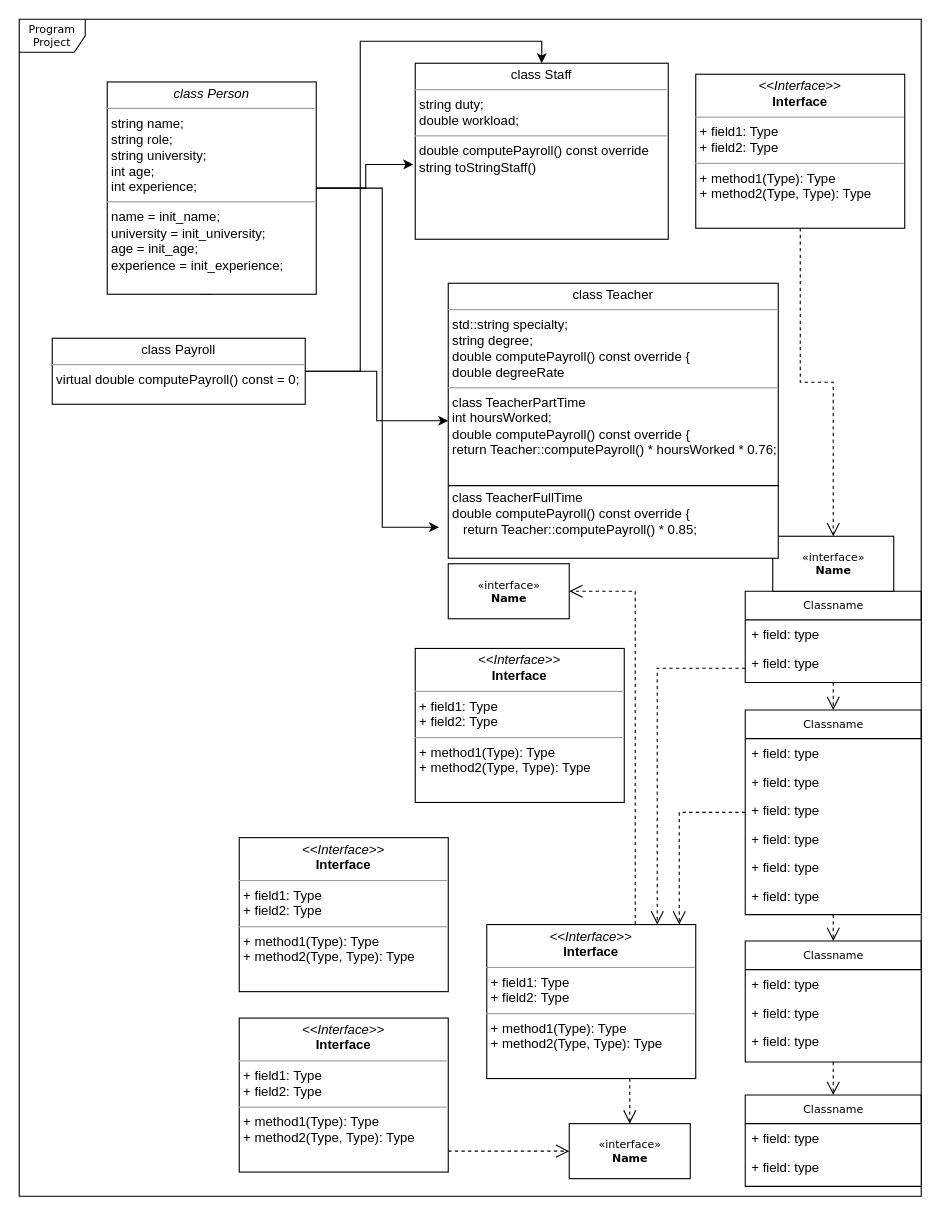
Above: Untitled Diagram.drawio in MonishKD/ProgramProject (draw.io), before the change. Source tidied: cells renumbered, new cells numbered last; positions are measured from the earlier drawing's top-left corner, leaving out a move shared by most shapes. Both pictures are drawn from the tidied source at 110%, with x=0, y=0 at pixel (19, 19).
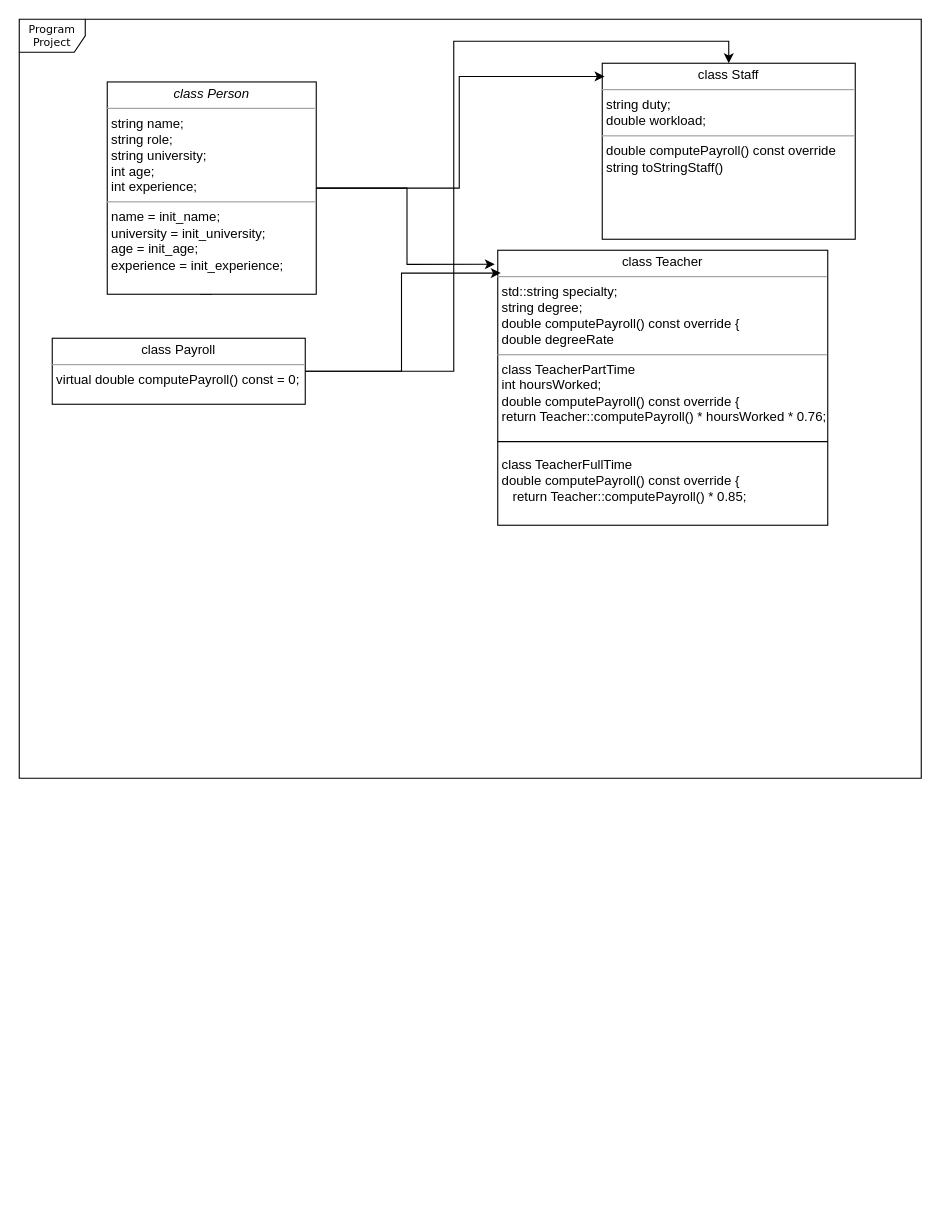
Above is the later version.

The change refers to these unchanged cells:
```xml
<mxCell id="38" value="&lt;p style=&quot;margin:0px;margin-top:4px;text-align:center;&quot;&gt;&lt;i&gt;class Person&lt;/i&gt;&lt;/p&gt;&lt;hr size=&quot;1&quot;&gt;&lt;p style=&quot;margin:0px;margin-left:4px;&quot;&gt;string name;&amp;nbsp;&lt;/p&gt;&lt;p style=&quot;margin:0px;margin-left:4px;&quot;&gt;string role;&amp;nbsp;&lt;/p&gt;&lt;p style=&quot;margin:0px;margin-left:4px;&quot;&gt;string university;&amp;nbsp;&lt;/p&gt;&lt;p style=&quot;margin:0px;margin-left:4px;&quot;&gt;int age;&amp;nbsp;&lt;/p&gt;&lt;p style=&quot;margin:0px;margin-left:4px;&quot;&gt;int experience;&amp;nbsp;&lt;/p&gt;&lt;hr size=&quot;1&quot;&gt;&lt;p style=&quot;margin:0px;margin-left:4px;&quot;&gt;name = init_name;&amp;nbsp;&lt;/p&gt;&lt;p style=&quot;margin:0px;margin-left:4px;&quot;&gt;university = init_university;&amp;nbsp;&lt;/p&gt;&lt;p style=&quot;margin:0px;margin-left:4px;&quot;&gt;age = init_age;&amp;nbsp;&lt;/p&gt;&lt;p style=&quot;margin:0px;margin-left:4px;&quot;&gt;experience = init_experience;&amp;nbsp;&lt;/p&gt;" style="verticalAlign=top;align=left;overflow=fill;fontSize=12;fontFamily=Helvetica;html=1;rounded=0;shadow=0;comic=0;labelBackgroundColor=none;strokeWidth=1;" parent="1" vertex="1">
  <mxGeometry x="80" y="57" width="190" height="193" as="geometry" />
</mxCell>
```

Change to the diagram source:
```diff
@@
     <mxCell id="2" value="Program Project" style="shape=umlFrame;whiteSpace=wrap;html=1;rounded=0;shadow=0;comic=0;labelBackgroundColor=none;strokeWidth=1;fontFamily=Verdana;fontSize=10;align=center;" parent="1" vertex="1">
-      <mxGeometry width="820" height="1070" as="geometry" />
+      <mxGeometry width="820" height="690" as="geometry" />
     </mxCell>
-    <mxCell id="3" style="edgeStyle=orthogonalEdgeStyle;rounded=0;html=1;dashed=1;labelBackgroundColor=none;startFill=0;endArrow=open;endFill=0;endSize=10;fontFamily=Verdana;fontSize=10;" parent="1" edge="1" source="5" target="27">
-      <mxGeometry relative="1" as="geometry">
-        <Array as="points">
-          <mxPoint x="600" y="721" />
-        </Array>
-      </mxGeometry>
-    </mxCell>
-    <mxCell id="4" style="edgeStyle=orthogonalEdgeStyle;rounded=0;html=1;dashed=1;labelBackgroundColor=none;startFill=0;endArrow=open;endFill=0;endSize=10;fontFamily=Verdana;fontSize=10;" parent="1" edge="1" source="5" target="16">
-      <mxGeometry relative="1" as="geometry" />
-    </mxCell>
-    <mxCell id="5" value="Classname" style="swimlane;html=1;fontStyle=0;horizontal=1;startSize=26;fillColor=none;swimlaneFillColor=#ffffff;rounded=0;shadow=0;comic=0;labelBackgroundColor=none;strokeWidth=1;fontFamily=Verdana;fontSize=10;align=center;" parent="1" vertex="1">
-      <mxGeometry x="660" y="628" width="160" height="186" as="geometry" />
-    </mxCell>
-    <mxCell id="6" value="+ field: type" style="text;html=1;strokeColor=none;fillColor=none;align=left;verticalAlign=top;spacingLeft=4;spacingRight=4;whiteSpace=wrap;overflow=hidden;" parent="5" vertex="1">
-      <mxGeometry y="26" width="160" height="26" as="geometry" />
-    </mxCell>
-    <mxCell id="7" value="+ field: type" style="text;html=1;strokeColor=none;fillColor=none;align=left;verticalAlign=top;spacingLeft=4;spacingRight=4;whiteSpace=wrap;overflow=hidden;" parent="5" vertex="1">
-      <mxGeometry y="52" width="160" height="26" as="geometry" />
-    </mxCell>
-    <mxCell id="8" value="+ field: type" style="text;html=1;strokeColor=none;fillColor=none;align=left;verticalAlign=top;spacingLeft=4;spacingRight=4;whiteSpace=wrap;overflow=hidden;" parent="5" vertex="1">
-      <mxGeometry y="78" width="160" height="26" as="geometry" />
-    </mxCell>
-    <mxCell id="9" value="+ field: type" style="text;html=1;strokeColor=none;fillColor=none;align=left;verticalAlign=top;spacingLeft=4;spacingRight=4;whiteSpace=wrap;overflow=hidden;" parent="5" vertex="1">
-      <mxGeometry y="104" width="160" height="26" as="geometry" />
-    </mxCell>
-    <mxCell id="10" value="+ field: type" style="text;html=1;strokeColor=none;fillColor=none;align=left;verticalAlign=top;spacingLeft=4;spacingRight=4;whiteSpace=wrap;overflow=hidden;" parent="5" vertex="1">
-      <mxGeometry y="130" width="160" height="26" as="geometry" />
-    </mxCell>
-    <mxCell id="11" value="+ field: type" style="text;html=1;strokeColor=none;fillColor=none;align=left;verticalAlign=top;spacingLeft=4;spacingRight=4;whiteSpace=wrap;overflow=hidden;" parent="5" vertex="1">
-      <mxGeometry y="156" width="160" height="26" as="geometry" />
-    </mxCell>
-    <mxCell id="12" value="Classname" style="swimlane;html=1;fontStyle=0;horizontal=1;startSize=26;fillColor=none;swimlaneFillColor=#ffffff;rounded=0;shadow=0;comic=0;labelBackgroundColor=none;strokeWidth=1;fontFamily=Verdana;fontSize=10;align=center;" parent="1" vertex="1">
-      <mxGeometry x="660" y="978" width="160" height="83" as="geometry" />
-    </mxCell>
-    <mxCell id="13" value="+ field: type" style="text;html=1;strokeColor=none;fillColor=none;align=left;verticalAlign=top;spacingLeft=4;spacingRight=4;whiteSpace=wrap;overflow=hidden;" parent="12" vertex="1">
-      <mxGeometry y="26" width="160" height="26" as="geometry" />
-    </mxCell>
-    <mxCell id="14" value="+ field: type" style="text;html=1;strokeColor=none;fillColor=none;align=left;verticalAlign=top;spacingLeft=4;spacingRight=4;whiteSpace=wrap;overflow=hidden;" parent="12" vertex="1">
-      <mxGeometry y="52" width="160" height="26" as="geometry" />
-    </mxCell>
-    <mxCell id="15" style="edgeStyle=orthogonalEdgeStyle;rounded=0;html=1;dashed=1;labelBackgroundColor=none;startFill=0;endArrow=open;endFill=0;endSize=10;fontFamily=Verdana;fontSize=10;" parent="1" edge="1" source="16" target="12">
-      <mxGeometry relative="1" as="geometry" />
-    </mxCell>
-    <mxCell id="16" value="Classname" style="swimlane;html=1;fontStyle=0;horizontal=1;startSize=26;fillColor=none;swimlaneFillColor=#ffffff;rounded=0;shadow=0;comic=0;labelBackgroundColor=none;strokeWidth=1;fontFamily=Verdana;fontSize=10;align=center;" parent="1" vertex="1">
-      <mxGeometry x="660" y="838" width="160" height="110" as="geometry" />
-    </mxCell>
-    <mxCell id="17" value="+ field: type" style="text;html=1;strokeColor=none;fillColor=none;align=left;verticalAlign=top;spacingLeft=4;spacingRight=4;whiteSpace=wrap;overflow=hidden;" parent="16" vertex="1">
-      <mxGeometry y="26" width="160" height="26" as="geometry" />
-    </mxCell>
-    <mxCell id="18" value="+ field: type" style="text;html=1;strokeColor=none;fillColor=none;align=left;verticalAlign=top;spacingLeft=4;spacingRight=4;whiteSpace=wrap;overflow=hidden;" parent="16" vertex="1">
-      <mxGeometry y="52" width="160" height="26" as="geometry" />
-    </mxCell>
-    <mxCell id="19" value="+ field: type" style="text;html=1;strokeColor=none;fillColor=none;align=left;verticalAlign=top;spacingLeft=4;spacingRight=4;whiteSpace=wrap;overflow=hidden;" parent="16" vertex="1">
-      <mxGeometry y="78" width="160" height="26" as="geometry" />
-    </mxCell>
-    <mxCell id="20" style="edgeStyle=orthogonalEdgeStyle;rounded=0;html=1;dashed=1;labelBackgroundColor=none;startFill=0;endArrow=open;endFill=0;endSize=10;fontFamily=Verdana;fontSize=10;" parent="1" edge="1" source="21" target="5">
-      <mxGeometry relative="1" as="geometry" />
-    </mxCell>
-    <mxCell id="21" value="Classname" style="swimlane;html=1;fontStyle=0;horizontal=1;startSize=26;fillColor=none;swimlaneFillColor=#ffffff;rounded=0;shadow=0;comic=0;labelBackgroundColor=none;strokeWidth=1;fontFamily=Verdana;fontSize=10;align=center;" parent="1" vertex="1">
-      <mxGeometry x="660" y="520" width="160" height="83" as="geometry" />
-    </mxCell>
-    <mxCell id="22" value="+ field: type" style="text;html=1;strokeColor=none;fillColor=none;align=left;verticalAlign=top;spacingLeft=4;spacingRight=4;whiteSpace=wrap;overflow=hidden;" parent="21" vertex="1">
-      <mxGeometry y="26" width="160" height="26" as="geometry" />
-    </mxCell>
-    <mxCell id="23" value="+ field: type" style="text;html=1;strokeColor=none;fillColor=none;align=left;verticalAlign=top;spacingLeft=4;spacingRight=4;whiteSpace=wrap;overflow=hidden;" parent="21" vertex="1">
-      <mxGeometry y="52" width="160" height="26" as="geometry" />
-    </mxCell>
-    <mxCell id="24" value="&amp;laquo;interface&amp;raquo;&lt;br&gt;&lt;b&gt;Name&lt;/b&gt;" style="html=1;rounded=0;shadow=0;comic=0;labelBackgroundColor=none;strokeWidth=1;fontFamily=Verdana;fontSize=10;align=center;" parent="1" vertex="1">
-      <mxGeometry x="500" y="1004" width="110" height="50" as="geometry" />
-    </mxCell>
-    <mxCell id="25" style="edgeStyle=orthogonalEdgeStyle;rounded=0;html=1;dashed=1;labelBackgroundColor=none;startFill=0;endArrow=open;endFill=0;endSize=10;fontFamily=Verdana;fontSize=10;" parent="1" edge="1" source="27" target="24">
-      <mxGeometry relative="1" as="geometry">
-        <Array as="points">
-          <mxPoint x="555" y="970" />
-          <mxPoint x="555" y="970" />
-        </Array>
-      </mxGeometry>
-    </mxCell>
-    <mxCell id="26" style="edgeStyle=orthogonalEdgeStyle;rounded=0;html=1;dashed=1;labelBackgroundColor=none;startFill=0;endArrow=open;endFill=0;endSize=10;fontFamily=Verdana;fontSize=10;" parent="1" edge="1" source="27" target="32">
-      <mxGeometry relative="1" as="geometry">
-        <Array as="points">
-          <mxPoint x="560" y="520" />
-        </Array>
-      </mxGeometry>
-    </mxCell>
-    <mxCell id="27" value="&lt;p style=&quot;margin:0px;margin-top:4px;text-align:center;&quot;&gt;&lt;i&gt;&amp;lt;&amp;lt;Interface&amp;gt;&amp;gt;&lt;/i&gt;&lt;br/&gt;&lt;b&gt;Interface&lt;/b&gt;&lt;/p&gt;&lt;hr size=&quot;1&quot;/&gt;&lt;p style=&quot;margin:0px;margin-left:4px;&quot;&gt;+ field1: Type&lt;br/&gt;+ field2: Type&lt;/p&gt;&lt;hr size=&quot;1&quot;/&gt;&lt;p style=&quot;margin:0px;margin-left:4px;&quot;&gt;+ method1(Type): Type&lt;br/&gt;+ method2(Type, Type): Type&lt;/p&gt;" style="verticalAlign=top;align=left;overflow=fill;fontSize=12;fontFamily=Helvetica;html=1;rounded=0;shadow=0;comic=0;labelBackgroundColor=none;strokeWidth=1;" parent="1" vertex="1">
-      <mxGeometry x="425" y="823" width="190" height="140" as="geometry" />
-    </mxCell>
-    <mxCell id="28" value="&lt;p style=&quot;margin:0px;margin-top:4px;text-align:center;&quot;&gt;&lt;i&gt;&amp;lt;&amp;lt;Interface&amp;gt;&amp;gt;&lt;/i&gt;&lt;br/&gt;&lt;b&gt;Interface&lt;/b&gt;&lt;/p&gt;&lt;hr size=&quot;1&quot;/&gt;&lt;p style=&quot;margin:0px;margin-left:4px;&quot;&gt;+ field1: Type&lt;br/&gt;+ field2: Type&lt;/p&gt;&lt;hr size=&quot;1&quot;/&gt;&lt;p style=&quot;margin:0px;margin-left:4px;&quot;&gt;+ method1(Type): Type&lt;br/&gt;+ method2(Type, Type): Type&lt;/p&gt;" style="verticalAlign=top;align=left;overflow=fill;fontSize=12;fontFamily=Helvetica;html=1;rounded=0;shadow=0;comic=0;labelBackgroundColor=none;strokeWidth=1;" parent="1" vertex="1">
-      <mxGeometry x="360" y="572" width="190" height="140" as="geometry" />
-    </mxCell>
-    <mxCell id="29" style="edgeStyle=orthogonalEdgeStyle;rounded=0;html=1;dashed=1;labelBackgroundColor=none;startFill=0;endArrow=open;endFill=0;endSize=10;fontFamily=Verdana;fontSize=10;" parent="1" edge="1" source="30" target="24">
-      <mxGeometry relative="1" as="geometry">
-        <Array as="points">
-          <mxPoint x="420" y="1029" />
-          <mxPoint x="420" y="1029" />
-        </Array>
-      </mxGeometry>
-    </mxCell>
-    <mxCell id="30" value="&lt;p style=&quot;margin:0px;margin-top:4px;text-align:center;&quot;&gt;&lt;i&gt;&amp;lt;&amp;lt;Interface&amp;gt;&amp;gt;&lt;/i&gt;&lt;br/&gt;&lt;b&gt;Interface&lt;/b&gt;&lt;/p&gt;&lt;hr size=&quot;1&quot;/&gt;&lt;p style=&quot;margin:0px;margin-left:4px;&quot;&gt;+ field1: Type&lt;br/&gt;+ field2: Type&lt;/p&gt;&lt;hr size=&quot;1&quot;/&gt;&lt;p style=&quot;margin:0px;margin-left:4px;&quot;&gt;+ method1(Type): Type&lt;br/&gt;+ method2(Type, Type): Type&lt;/p&gt;" style="verticalAlign=top;align=left;overflow=fill;fontSize=12;fontFamily=Helvetica;html=1;rounded=0;shadow=0;comic=0;labelBackgroundColor=none;strokeWidth=1;" parent="1" vertex="1">
-      <mxGeometry x="200" y="908" width="190" height="140" as="geometry" />
-    </mxCell>
-    <mxCell id="31" value="&lt;p style=&quot;margin:0px;margin-top:4px;text-align:center;&quot;&gt;&lt;i&gt;&amp;lt;&amp;lt;Interface&amp;gt;&amp;gt;&lt;/i&gt;&lt;br/&gt;&lt;b&gt;Interface&lt;/b&gt;&lt;/p&gt;&lt;hr size=&quot;1&quot;/&gt;&lt;p style=&quot;margin:0px;margin-left:4px;&quot;&gt;+ field1: Type&lt;br/&gt;+ field2: Type&lt;/p&gt;&lt;hr size=&quot;1&quot;/&gt;&lt;p style=&quot;margin:0px;margin-left:4px;&quot;&gt;+ method1(Type): Type&lt;br/&gt;+ method2(Type, Type): Type&lt;/p&gt;" style="verticalAlign=top;align=left;overflow=fill;fontSize=12;fontFamily=Helvetica;html=1;rounded=0;shadow=0;comic=0;labelBackgroundColor=none;strokeWidth=1;" parent="1" vertex="1">
-      <mxGeometry x="200" y="744" width="190" height="140" as="geometry" />
-    </mxCell>
-    <mxCell id="32" value="&amp;laquo;interface&amp;raquo;&lt;br&gt;&lt;b&gt;Name&lt;/b&gt;" style="html=1;rounded=0;shadow=0;comic=0;labelBackgroundColor=none;strokeWidth=1;fontFamily=Verdana;fontSize=10;align=center;" parent="1" vertex="1">
-      <mxGeometry x="390" y="495" width="110" height="50" as="geometry" />
-    </mxCell>
-    <mxCell id="33" style="edgeStyle=orthogonalEdgeStyle;rounded=0;html=1;dashed=1;labelBackgroundColor=none;startFill=0;endArrow=open;endFill=0;endSize=10;fontFamily=Verdana;fontSize=10;" parent="1" edge="1" source="34" target="35">
-      <mxGeometry relative="1" as="geometry" />
-    </mxCell>
-    <mxCell id="34" value="&lt;p style=&quot;margin:0px;margin-top:4px;text-align:center;&quot;&gt;&lt;i&gt;&amp;lt;&amp;lt;Interface&amp;gt;&amp;gt;&lt;/i&gt;&lt;br/&gt;&lt;b&gt;Interface&lt;/b&gt;&lt;/p&gt;&lt;hr size=&quot;1&quot;/&gt;&lt;p style=&quot;margin:0px;margin-left:4px;&quot;&gt;+ field1: Type&lt;br/&gt;+ field2: Type&lt;/p&gt;&lt;hr size=&quot;1&quot;/&gt;&lt;p style=&quot;margin:0px;margin-left:4px;&quot;&gt;+ method1(Type): Type&lt;br/&gt;+ method2(Type, Type): Type&lt;/p&gt;" style="verticalAlign=top;align=left;overflow=fill;fontSize=12;fontFamily=Helvetica;html=1;rounded=0;shadow=0;comic=0;labelBackgroundColor=none;strokeWidth=1;" parent="1" vertex="1">
-      <mxGeometry x="615" y="50" width="190" height="140" as="geometry" />
-    </mxCell>
-    <mxCell id="35" value="&amp;laquo;interface&amp;raquo;&lt;br&gt;&lt;b&gt;Name&lt;/b&gt;" style="html=1;rounded=0;shadow=0;comic=0;labelBackgroundColor=none;strokeWidth=1;fontFamily=Verdana;fontSize=10;align=center;" parent="1" vertex="1">
-      <mxGeometry x="685" y="470" width="110" height="50" as="geometry" />
-    </mxCell>
@@
-    <mxCell id="37" style="edgeStyle=orthogonalEdgeStyle;rounded=0;jettySize=auto;html=1;entryX=-0.008;entryY=0.575;entryDx=0;entryDy=0;entryPerimeter=0;" parent="1" edge="1" source="38" target="44">
-      <mxGeometry relative="1" as="geometry" />
-    </mxCell>
@@
     <mxCell id="39" value="&lt;p style=&quot;margin:0px;margin-top:4px;text-align:center;&quot;&gt;class Teacher&lt;/p&gt;&lt;hr size=&quot;1&quot;&gt;&lt;p style=&quot;margin:0px;margin-left:4px;&quot;&gt;std::string specialty;&lt;/p&gt;&lt;p style=&quot;margin:0px;margin-left:4px;&quot;&gt;string degree;&lt;/p&gt;&lt;p style=&quot;margin:0px;margin-left:4px;&quot;&gt;double computePayroll() const override {&lt;br&gt;&lt;/p&gt;&lt;p style=&quot;margin:0px;margin-left:4px;&quot;&gt;double degreeRate&lt;br&gt;&lt;/p&gt;&lt;hr size=&quot;1&quot;&gt;&lt;p style=&quot;margin:0px;margin-left:4px;&quot;&gt;class TeacherPartTime&lt;br&gt;&lt;/p&gt;&lt;p style=&quot;margin:0px;margin-left:4px;&quot;&gt;int hoursWorked;&lt;br&gt;&lt;/p&gt;&lt;p style=&quot;margin:0px;margin-left:4px;&quot;&gt;double computePayroll() const override {&lt;br&gt;&lt;/p&gt;&lt;p style=&quot;margin:0px;margin-left:4px;&quot;&gt;return Teacher::computePayroll() * hoursWorked * 0.76;&lt;br&gt;&lt;/p&gt;&lt;p style=&quot;margin:0px;margin-left:4px;&quot;&gt;&lt;br&gt;&lt;/p&gt;&lt;p style=&quot;margin:0px;margin-left:4px;&quot;&gt;&lt;br&gt;&lt;/p&gt;&lt;p style=&quot;margin:0px;margin-left:4px;&quot;&gt;class TeacherFullTime&lt;br&gt;&lt;/p&gt;&lt;p style=&quot;margin:0px;margin-left:4px;&quot;&gt;double computePayroll() const override {&lt;/p&gt;&lt;p style=&quot;margin:0px;margin-left:4px;&quot;&gt;&amp;nbsp; &amp;nbsp;return Teacher::computePayroll() * 0.85;&lt;/p&gt;" style="verticalAlign=top;align=left;overflow=fill;fontSize=12;fontFamily=Helvetica;html=1;rounded=0;shadow=0;comic=0;labelBackgroundColor=none;strokeWidth=1;" parent="1" vertex="1">
-      <mxGeometry x="390" y="240" width="300" height="250" as="geometry" />
+      <mxGeometry x="435" y="210" width="300" height="250" as="geometry" />
     </mxCell>
@@
+    <mxCell id="42" value="&lt;p style=&quot;margin:0px;margin-top:4px;text-align:center;&quot;&gt;class Payroll&lt;/p&gt;&lt;hr size=&quot;1&quot;&gt;&lt;p style=&quot;margin:0px;margin-left:4px;&quot;&gt;virtual double computePayroll() const = 0;&lt;br&gt;&lt;/p&gt;&lt;p style=&quot;margin:0px;margin-left:4px;&quot;&gt;&lt;br&gt;&lt;/p&gt;" style="verticalAlign=top;align=left;overflow=fill;fontSize=12;fontFamily=Helvetica;html=1;rounded=0;shadow=0;comic=0;labelBackgroundColor=none;strokeWidth=1;" parent="1" vertex="1">
+      <mxGeometry x="30" y="290" width="230" height="60" as="geometry" />
+    </mxCell>
+    <mxCell id="44" value="&lt;p style=&quot;margin:0px;margin-top:4px;text-align:center;&quot;&gt;class Staff&lt;/p&gt;&lt;hr size=&quot;1&quot;&gt;&lt;p style=&quot;margin:0px;margin-left:4px;&quot;&gt;string duty;&lt;/p&gt;&lt;p style=&quot;margin:0px;margin-left:4px;&quot;&gt;double workload;&lt;/p&gt;&lt;hr size=&quot;1&quot;&gt;&lt;p style=&quot;margin:0px;margin-left:4px;&quot;&gt;double computePayroll() const override&lt;br&gt;&lt;/p&gt;&lt;p style=&quot;margin:0px;margin-left:4px;&quot;&gt;string toStringStaff()&lt;br&gt;&lt;/p&gt;&lt;p style=&quot;margin:0px;margin-left:4px;&quot;&gt;&lt;br&gt;&lt;/p&gt;" style="verticalAlign=top;align=left;overflow=fill;fontSize=12;fontFamily=Helvetica;html=1;rounded=0;shadow=0;comic=0;labelBackgroundColor=none;strokeWidth=1;" parent="1" vertex="1">
+      <mxGeometry x="530" y="40" width="230" height="160" as="geometry" />
+    </mxCell>
+    <mxCell id="46" style="line;strokeWidth=1;fillColor=none;align=left;verticalAlign=middle;spacingTop=-1;spacingLeft=3;spacingRight=3;labelPosition=right;strokeColor=inherit;" parent="1" vertex="1">
+      <mxGeometry x="435" y="380" width="300" height="8" as="geometry" />
+    </mxCell>
+    <mxCell id="45" style="edgeStyle=orthogonalEdgeStyle;rounded=0;jettySize=auto;html=1;entryX=-0.009;entryY=0.051;entryDx=0;entryDy=0;entryPerimeter=0;" parent="1" edge="1" source="38" target="39">
+      <mxGeometry relative="1" as="geometry" />
+    </mxCell>
-    <mxCell id="41" style="edgeStyle=orthogonalEdgeStyle;rounded=0;jettySize=auto;html=1;" parent="1" edge="1" source="42" target="39">
+    <mxCell id="41" style="edgeStyle=orthogonalEdgeStyle;rounded=0;jettySize=auto;html=1;entryX=0.009;entryY=0.083;entryDx=0;entryDy=0;entryPerimeter=0;" parent="1" edge="1" source="42" target="39">
       <mxGeometry relative="1" as="geometry" />
     </mxCell>
-    <mxCell id="42" value="&lt;p style=&quot;margin:0px;margin-top:4px;text-align:center;&quot;&gt;class Payroll&lt;/p&gt;&lt;hr size=&quot;1&quot;&gt;&lt;p style=&quot;margin:0px;margin-left:4px;&quot;&gt;virtual double computePayroll() const = 0;&lt;br&gt;&lt;/p&gt;&lt;p style=&quot;margin:0px;margin-left:4px;&quot;&gt;&lt;br&gt;&lt;/p&gt;" style="verticalAlign=top;align=left;overflow=fill;fontSize=12;fontFamily=Helvetica;html=1;rounded=0;shadow=0;comic=0;labelBackgroundColor=none;strokeWidth=1;" parent="1" vertex="1">
-      <mxGeometry x="30" y="290" width="230" height="60" as="geometry" />
-    </mxCell>
-    <mxCell id="43" style="edgeStyle=orthogonalEdgeStyle;rounded=0;html=1;dashed=1;labelBackgroundColor=none;startFill=0;endArrow=open;endFill=0;endSize=10;fontFamily=Verdana;fontSize=10;" parent="1" edge="1" source="21" target="27">
-      <mxGeometry relative="1" as="geometry">
-        <Array as="points">
-          <mxPoint x="580" y="590" />
-        </Array>
-      </mxGeometry>
-    </mxCell>
-    <mxCell id="44" value="&lt;p style=&quot;margin:0px;margin-top:4px;text-align:center;&quot;&gt;class Staff&lt;/p&gt;&lt;hr size=&quot;1&quot;&gt;&lt;p style=&quot;margin:0px;margin-left:4px;&quot;&gt;string duty;&lt;/p&gt;&lt;p style=&quot;margin:0px;margin-left:4px;&quot;&gt;double workload;&lt;/p&gt;&lt;hr size=&quot;1&quot;&gt;&lt;p style=&quot;margin:0px;margin-left:4px;&quot;&gt;double computePayroll() const override&lt;br&gt;&lt;/p&gt;&lt;p style=&quot;margin:0px;margin-left:4px;&quot;&gt;string toStringStaff()&lt;br&gt;&lt;/p&gt;&lt;p style=&quot;margin:0px;margin-left:4px;&quot;&gt;&lt;br&gt;&lt;/p&gt;" style="verticalAlign=top;align=left;overflow=fill;fontSize=12;fontFamily=Helvetica;html=1;rounded=0;shadow=0;comic=0;labelBackgroundColor=none;strokeWidth=1;" parent="1" vertex="1">
-      <mxGeometry x="360" y="40" width="230" height="160" as="geometry" />
-    </mxCell>
-    <mxCell id="45" style="edgeStyle=orthogonalEdgeStyle;rounded=0;jettySize=auto;html=1;entryX=-0.028;entryY=0.887;entryDx=0;entryDy=0;entryPerimeter=0;" parent="1" edge="1" source="38" target="39">
-      <mxGeometry relative="1" as="geometry" />
-    </mxCell>
-    <mxCell id="46" style="line;strokeWidth=1;fillColor=none;align=left;verticalAlign=middle;spacingTop=-1;spacingLeft=3;spacingRight=3;labelPosition=right;strokeColor=inherit;" parent="1" vertex="1">
-      <mxGeometry x="390" y="420" width="300" height="8" as="geometry" />
-    </mxCell>
+    <mxCell id="37" style="edgeStyle=orthogonalEdgeStyle;rounded=0;jettySize=auto;html=1;entryX=0.009;entryY=0.075;entryDx=0;entryDy=0;entryPerimeter=0;" parent="1" edge="1" source="38" target="44">
+      <mxGeometry relative="1" as="geometry" />
+    </mxCell>
```
